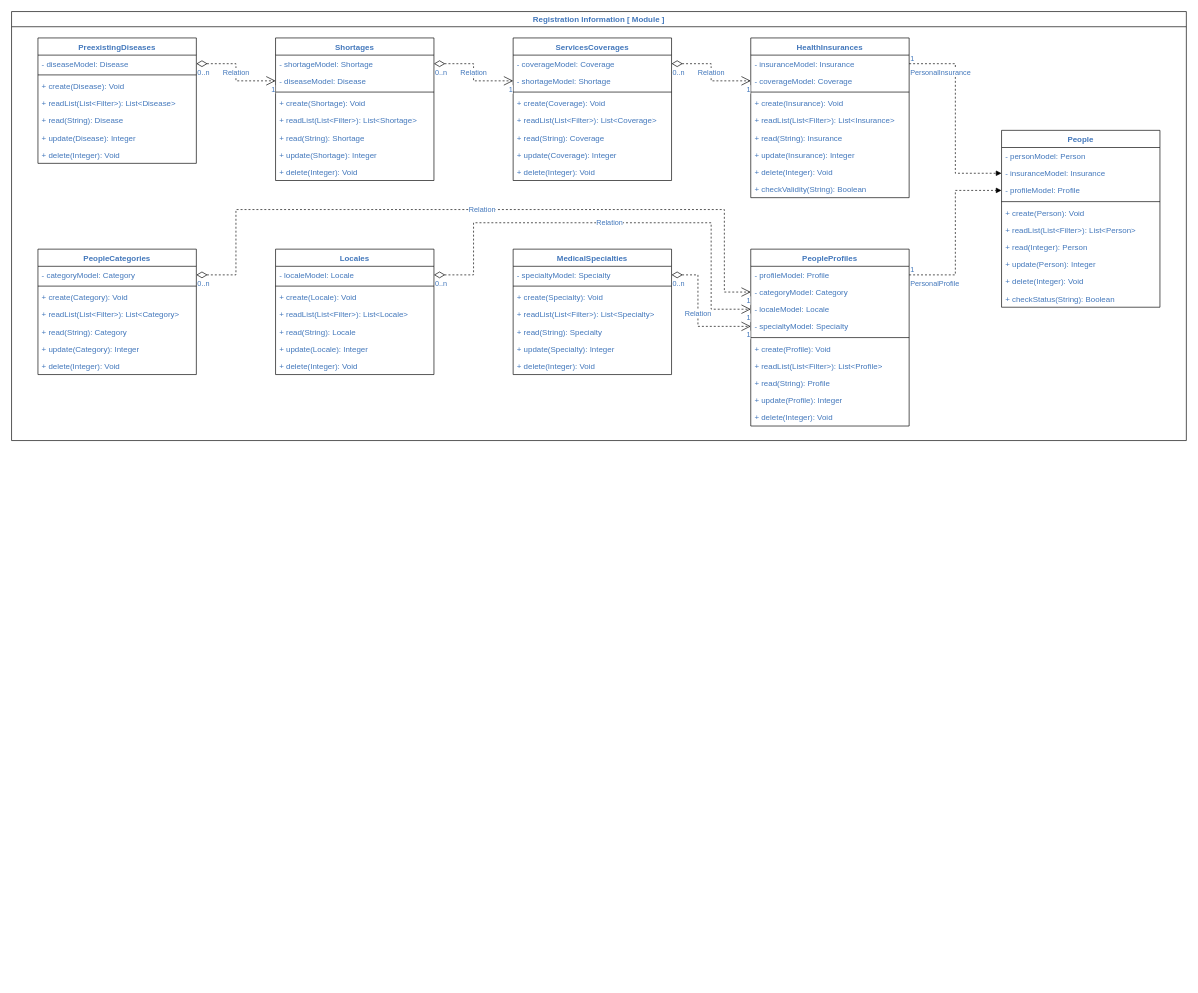
Earlier version of the draw.io diagram page "Classes - RI" (2 of 4) of Macroarquitetura.drawio (kikoluiss/tcc-puc). Source tidied: cells renumbered, new cells numbered last; positions are measured from the earlier drawing's top-left corner, leaving out a move shared by most shapes. Both pictures are drawn from the tidied source at 66%, with x=0, y=0 at pixel (11, 11).
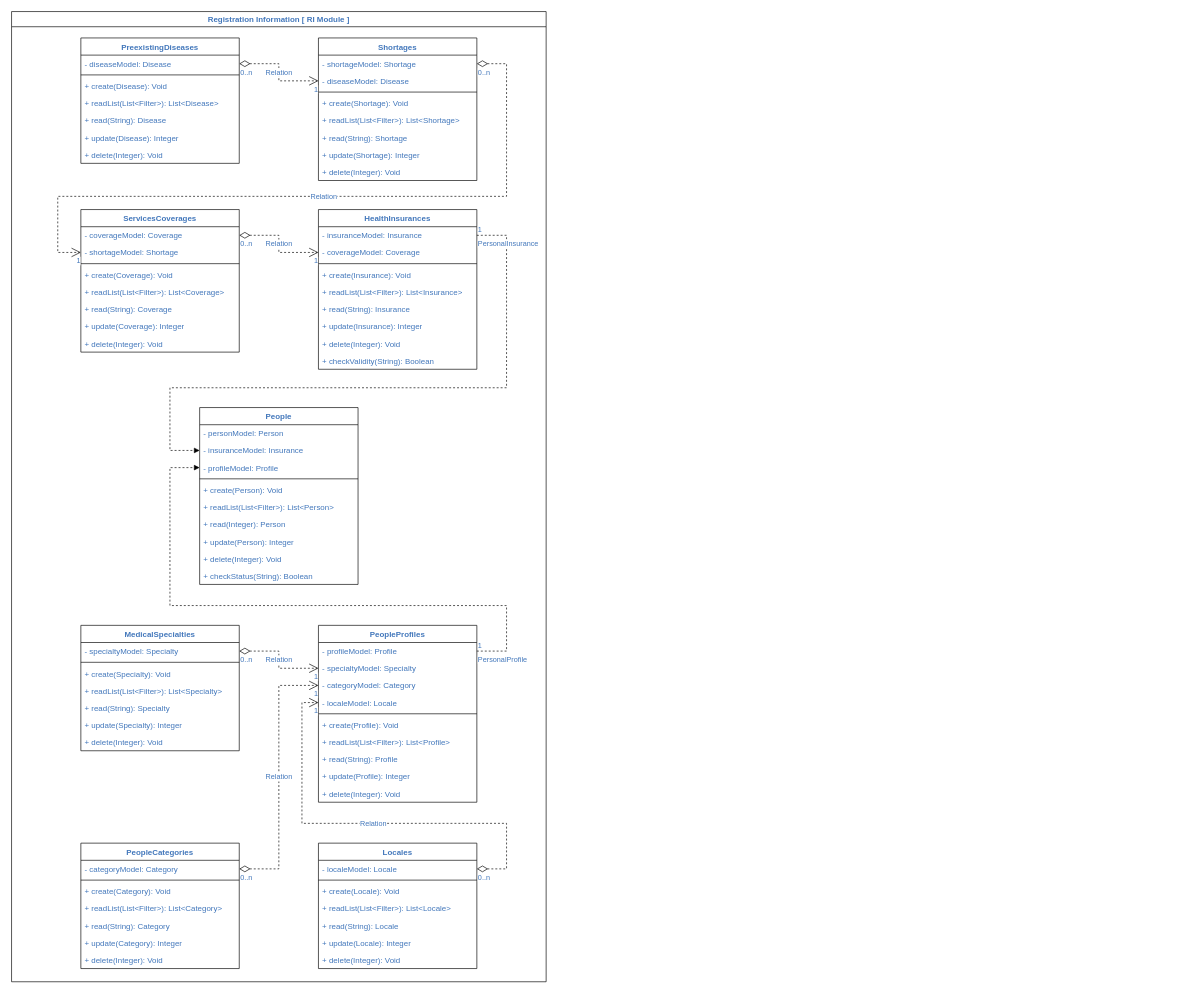
The same diagram, later.

Unchanged cells that the change refers to:
```xml
<mxCell id="12" value="- shortageModel: Shortage" style="text;strokeColor=none;fillColor=none;align=left;verticalAlign=top;spacingLeft=4;spacingRight=4;overflow=hidden;points=[[0,0.5],[1,0.5]];portConstraint=eastwest;fontColor=#4277BB;" parent="11" vertex="1">
  <mxGeometry y="26" width="240" height="26" as="geometry" />
</mxCell>
<mxCell id="25" value="- shortageModel: Shortage" style="text;strokeColor=none;fillColor=none;align=left;verticalAlign=top;spacingLeft=4;spacingRight=4;overflow=hidden;points=[[0,0.5],[1,0.5]];portConstraint=eastwest;fontColor=#4277BB;" parent="23" vertex="1">
  <mxGeometry y="52" width="240" height="26" as="geometry" />
</mxCell>
<mxCell id="36" value="- insuranceModel: Insurance" style="text;strokeColor=none;fillColor=none;align=left;verticalAlign=top;spacingLeft=4;spacingRight=4;overflow=hidden;points=[[0,0.5],[1,0.5]];portConstraint=eastwest;fontColor=#4277BB;" parent="35" vertex="1">
  <mxGeometry y="26" width="240" height="26" as="geometry" />
</mxCell>
<mxCell id="49" value="- categoryModel: Category" style="text;strokeColor=none;fillColor=none;align=left;verticalAlign=top;spacingLeft=4;spacingRight=4;overflow=hidden;points=[[0,0.5],[1,0.5]];portConstraint=eastwest;fontColor=#4277BB;" parent="48" vertex="1">
  <mxGeometry y="26" width="240" height="26" as="geometry" />
</mxCell>
<mxCell id="57" value="- localeModel: Locale" style="text;strokeColor=none;fillColor=none;align=left;verticalAlign=top;spacingLeft=4;spacingRight=4;overflow=hidden;points=[[0,0.5],[1,0.5]];portConstraint=eastwest;fontColor=#4277BB;" parent="56" vertex="1">
  <mxGeometry y="26" width="240" height="26" as="geometry" />
</mxCell>
<mxCell id="65" value="- specialtyModel: Specialty" style="text;strokeColor=none;fillColor=none;align=left;verticalAlign=top;spacingLeft=4;spacingRight=4;overflow=hidden;points=[[0,0.5],[1,0.5]];portConstraint=eastwest;fontColor=#4277BB;" parent="64" vertex="1">
  <mxGeometry y="26" width="240" height="26" as="geometry" />
</mxCell>
<mxCell id="73" value="- profileModel: Profile" style="text;strokeColor=none;fillColor=none;align=left;verticalAlign=top;spacingLeft=4;spacingRight=4;overflow=hidden;points=[[0,0.5],[1,0.5]];portConstraint=eastwest;fontColor=#4277BB;" parent="72" vertex="1">
  <mxGeometry y="26" width="240" height="26" as="geometry" />
</mxCell>
<mxCell id="85" value="- insuranceModel: Insurance" style="text;strokeColor=none;fillColor=none;align=left;verticalAlign=top;spacingLeft=4;spacingRight=4;overflow=hidden;points=[[0,0.5],[1,0.5]];portConstraint=eastwest;fontColor=#4277BB;" parent="83" vertex="1">
  <mxGeometry y="52" width="240" height="26" as="geometry" />
</mxCell>
<mxCell id="86" value="- profileModel: Profile" style="text;strokeColor=none;fillColor=none;align=left;verticalAlign=top;spacingLeft=4;spacingRight=4;overflow=hidden;points=[[0,0.5],[1,0.5]];portConstraint=eastwest;fontColor=#4277BB;" parent="83" vertex="1">
  <mxGeometry y="78" width="240" height="26" as="geometry" />
</mxCell>
```

Diff of the diagram source:
```diff
@@
-    <mxCell id="2" value="Registration Information [ Module ]" style="swimlane;fontColor=#4277BB;strokeWidth=1;gradientColor=none;" parent="1" vertex="1">
-      <mxGeometry width="1780" height="650" as="geometry" />
+    <mxCell id="2" value="Registration Information [ RI Module ]" style="swimlane;fontColor=#4277BB;strokeWidth=1;gradientColor=none;" parent="1" vertex="1">
+      <mxGeometry width="810" height="1470" as="geometry" />
     </mxCell>
     <mxCell id="3" value="PreexistingDiseases" style="swimlane;fontStyle=1;align=center;verticalAlign=top;horizontal=1;startSize=26;fontColor=#4277BB;strokeWidth=1;gradientColor=none;" parent="2" vertex="1">
-      <mxGeometry x="40" y="40" width="240" height="190" as="geometry" />
+      <mxGeometry x="105" y="40" width="240" height="190" as="geometry" />
     </mxCell>
@@
     <mxCell id="11" value="Shortages" style="swimlane;fontStyle=1;align=center;verticalAlign=top;horizontal=1;startSize=26;fontColor=#4277BB;strokeWidth=1;gradientColor=none;" parent="2" vertex="1">
-      <mxGeometry x="400" y="40" width="240" height="216" as="geometry" />
+      <mxGeometry x="465" y="40" width="240" height="216" as="geometry" />
     </mxCell>
@@
     <mxCell id="23" value="ServicesCoverages" style="swimlane;fontStyle=1;align=center;verticalAlign=top;horizontal=1;startSize=26;fontColor=#4277BB;strokeWidth=1;gradientColor=none;" parent="2" vertex="1">
-      <mxGeometry x="760" y="40" width="240" height="216" as="geometry" />
+      <mxGeometry x="105" y="300" width="240" height="216" as="geometry" />
     </mxCell>
@@
     <mxCell id="32" value="Relation" style="endArrow=open;html=1;endSize=12;startArrow=diamondThin;startSize=14;startFill=0;edgeStyle=orthogonalEdgeStyle;rounded=0;dashed=1;fontColor=#4277BB;exitX=1;exitY=0.5;exitDx=0;exitDy=0;entryX=0;entryY=0.5;entryDx=0;entryDy=0;" parent="2" edge="1" source="12" target="25">
-      <mxGeometry relative="1" as="geometry" />
+      <mxGeometry relative="1" as="geometry">
+        <Array as="points">
+          <mxPoint x="750" y="79" />
+          <mxPoint x="750" y="280" />
+          <mxPoint x="70" y="280" />
+          <mxPoint x="70" y="365" />
+        </Array>
+      </mxGeometry>
     </mxCell>
@@
     <mxCell id="35" value="HealthInsurances" style="swimlane;fontStyle=1;align=center;verticalAlign=top;horizontal=1;startSize=26;fontColor=#4277BB;strokeWidth=1;gradientColor=none;" parent="2" vertex="1">
-      <mxGeometry x="1120" y="40" width="240" height="242" as="geometry" />
+      <mxGeometry x="465" y="300" width="240" height="242" as="geometry" />
     </mxCell>
@@
     <mxCell id="48" value="PeopleCategories" style="swimlane;fontStyle=1;align=center;verticalAlign=top;horizontal=1;startSize=26;fontColor=#4277BB;strokeWidth=1;gradientColor=none;" parent="2" vertex="1">
-      <mxGeometry x="40" y="360" width="240" height="190" as="geometry" />
+      <mxGeometry x="105" y="1260" width="240" height="190" as="geometry" />
     </mxCell>
@@
     <mxCell id="56" value="Locales" style="swimlane;fontStyle=1;align=center;verticalAlign=top;horizontal=1;startSize=26;fontColor=#4277BB;strokeWidth=1;gradientColor=none;" parent="2" vertex="1">
-      <mxGeometry x="400" y="360" width="240" height="190" as="geometry" />
+      <mxGeometry x="465" y="1260" width="240" height="190" as="geometry" />
     </mxCell>
@@
     <mxCell id="64" value="MedicalSpecialties" style="swimlane;fontStyle=1;align=center;verticalAlign=top;horizontal=1;startSize=26;fontColor=#4277BB;strokeWidth=1;gradientColor=none;" parent="2" vertex="1">
-      <mxGeometry x="760" y="360" width="240" height="190" as="geometry" />
+      <mxGeometry x="105" y="930" width="240" height="190" as="geometry" />
     </mxCell>
@@
     <mxCell id="72" value="PeopleProfiles" style="swimlane;fontStyle=1;align=center;verticalAlign=top;horizontal=1;startSize=26;fontColor=#4277BB;strokeWidth=1;gradientColor=none;" parent="2" vertex="1">
-      <mxGeometry x="1120" y="360" width="240" height="268" as="geometry" />
+      <mxGeometry x="465" y="930" width="240" height="268" as="geometry" />
     </mxCell>
@@
+    <mxCell id="76" value="- specialtyModel: Specialty" style="text;strokeColor=none;fillColor=none;align=left;verticalAlign=top;spacingLeft=4;spacingRight=4;overflow=hidden;points=[[0,0.5],[1,0.5]];portConstraint=eastwest;fontColor=#4277BB;" parent="72" vertex="1">
+      <mxGeometry y="52" width="240" height="26" as="geometry" />
+    </mxCell>
     <mxCell id="74" value="- categoryModel: Category" style="text;strokeColor=none;fillColor=none;align=left;verticalAlign=top;spacingLeft=4;spacingRight=4;overflow=hidden;points=[[0,0.5],[1,0.5]];portConstraint=eastwest;fontColor=#4277BB;" parent="72" vertex="1">
-      <mxGeometry y="52" width="240" height="26" as="geometry" />
+      <mxGeometry y="78" width="240" height="26" as="geometry" />
     </mxCell>
     <mxCell id="75" value="- localeModel: Locale" style="text;strokeColor=none;fillColor=none;align=left;verticalAlign=top;spacingLeft=4;spacingRight=4;overflow=hidden;points=[[0,0.5],[1,0.5]];portConstraint=eastwest;fontColor=#4277BB;" parent="72" vertex="1">
-      <mxGeometry y="78" width="240" height="26" as="geometry" />
+      <mxGeometry y="104" width="240" height="26" as="geometry" />
     </mxCell>
-    <mxCell id="76" value="- specialtyModel: Specialty" style="text;strokeColor=none;fillColor=none;align=left;verticalAlign=top;spacingLeft=4;spacingRight=4;overflow=hidden;points=[[0,0.5],[1,0.5]];portConstraint=eastwest;fontColor=#4277BB;" parent="72" vertex="1">
-      <mxGeometry y="104" width="240" height="26" as="geometry" />
-    </mxCell>
@@
     <mxCell id="83" value="People" style="swimlane;fontStyle=1;align=center;verticalAlign=top;horizontal=1;startSize=26;fontColor=#4277BB;strokeWidth=1;gradientColor=none;" parent="2" vertex="1">
-      <mxGeometry x="1500" y="180" width="240" height="268" as="geometry" />
+      <mxGeometry x="285" y="600" width="240" height="268" as="geometry" />
     </mxCell>
@@
     <mxCell id="94" value="Relation" style="endArrow=open;html=1;endSize=12;startArrow=diamondThin;startSize=14;startFill=0;edgeStyle=orthogonalEdgeStyle;rounded=0;dashed=1;fontColor=#4277BB;exitX=1;exitY=0.5;exitDx=0;exitDy=0;entryX=0;entryY=0.5;entryDx=0;entryDy=0;" parent="2" edge="1" source="49" target="74">
-      <mxGeometry relative="1" as="geometry">
-        <Array as="points">
-          <mxPoint x="340" y="399" />
-          <mxPoint x="340" y="300" />
-          <mxPoint x="1080" y="300" />
-          <mxPoint x="1080" y="425" />
-        </Array>
-      </mxGeometry>
+      <mxGeometry relative="1" as="geometry" />
     </mxCell>
@@
     <mxCell id="97" value="Relation" style="endArrow=open;html=1;endSize=12;startArrow=diamondThin;startSize=14;startFill=0;edgeStyle=orthogonalEdgeStyle;rounded=0;dashed=1;fontColor=#4277BB;exitX=1;exitY=0.5;exitDx=0;exitDy=0;entryX=0;entryY=0.5;entryDx=0;entryDy=0;" parent="2" edge="1" source="57" target="75">
       <mxGeometry relative="1" as="geometry">
         <Array as="points">
-          <mxPoint x="700" y="399" />
-          <mxPoint x="700" y="320" />
-          <mxPoint x="1060" y="320" />
-          <mxPoint x="1060" y="451" />
+          <mxPoint x="750" y="1299" />
+          <mxPoint x="750" y="1230" />
+          <mxPoint x="440" y="1230" />
+          <mxPoint x="440" y="1047" />
         </Array>
       </mxGeometry>
     </mxCell>
@@
     <mxCell id="100" value="Relation" style="endArrow=open;html=1;endSize=12;startArrow=diamondThin;startSize=14;startFill=0;edgeStyle=orthogonalEdgeStyle;rounded=0;dashed=1;fontColor=#4277BB;exitX=1;exitY=0.5;exitDx=0;exitDy=0;entryX=0;entryY=0.5;entryDx=0;entryDy=0;" parent="2" edge="1" source="65" target="76">
-      <mxGeometry relative="1" as="geometry">
-        <Array as="points">
-          <mxPoint x="1040" y="399" />
-          <mxPoint x="1040" y="477" />
-        </Array>
-      </mxGeometry>
+      <mxGeometry relative="1" as="geometry" />
     </mxCell>
@@
     <mxCell id="103" value="PersonalProfile" style="endArrow=block;endFill=1;html=1;edgeStyle=orthogonalEdgeStyle;align=left;verticalAlign=top;rounded=0;dashed=1;fontColor=#4277BB;exitX=1;exitY=0.5;exitDx=0;exitDy=0;entryX=0;entryY=0.5;entryDx=0;entryDy=0;" parent="2" edge="1" source="73" target="86">
-      <mxGeometry x="-1" relative="1" as="geometry" />
+      <mxGeometry x="-1" relative="1" as="geometry">
+        <Array as="points">
+          <mxPoint x="750" y="969" />
+          <mxPoint x="750" y="900" />
+          <mxPoint x="240" y="900" />
+          <mxPoint x="240" y="691" />
+        </Array>
+      </mxGeometry>
     </mxCell>
@@
     <mxCell id="105" value="PersonalInsurance" style="endArrow=block;endFill=1;html=1;edgeStyle=orthogonalEdgeStyle;align=left;verticalAlign=top;rounded=0;dashed=1;fontColor=#4277BB;exitX=1;exitY=0.5;exitDx=0;exitDy=0;entryX=0;entryY=0.5;entryDx=0;entryDy=0;" parent="2" edge="1" source="36" target="85">
-      <mxGeometry x="-1" relative="1" as="geometry" />
+      <mxGeometry x="-1" relative="1" as="geometry">
+        <Array as="points">
+          <mxPoint x="750" y="339" />
+          <mxPoint x="750" y="570" />
+          <mxPoint x="240" y="570" />
+          <mxPoint x="240" y="665" />
+        </Array>
+      </mxGeometry>
     </mxCell>
```
